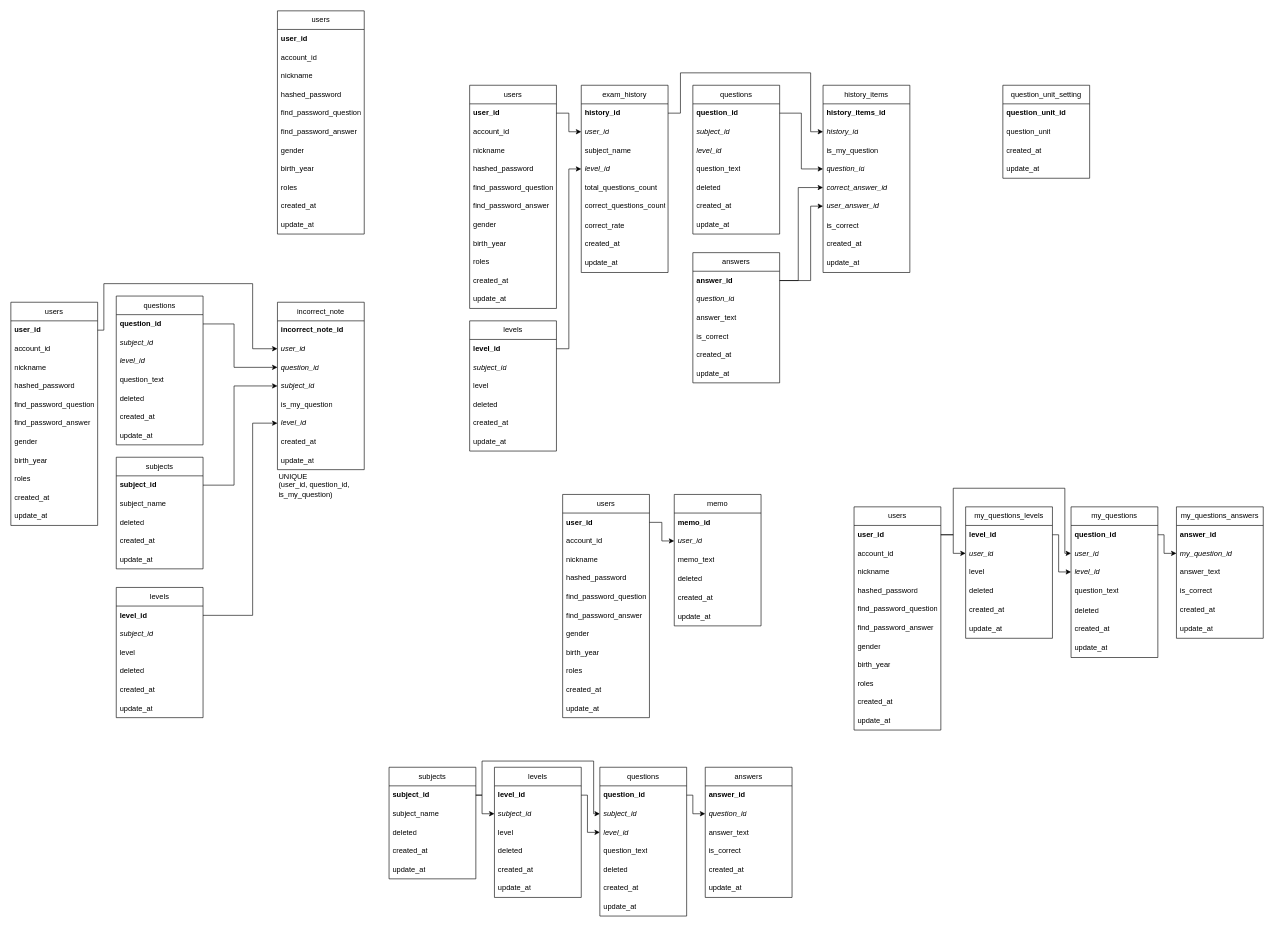
EJH506/backend-mock-exam keeps this draw.io diagram as 기획/데이터베이스 설계/백엔드 모의고사 데이터 베이스의 복사본.drawio. Above is the earlier version. Source tidied: cells renumbered, new cells numbered last; positions are measured from the earlier drawing's top-left corner, leaving out a move shared by most shapes. Both pictures are drawn from the tidied source at 62%, with x=0, y=0 at pixel (11, 11).
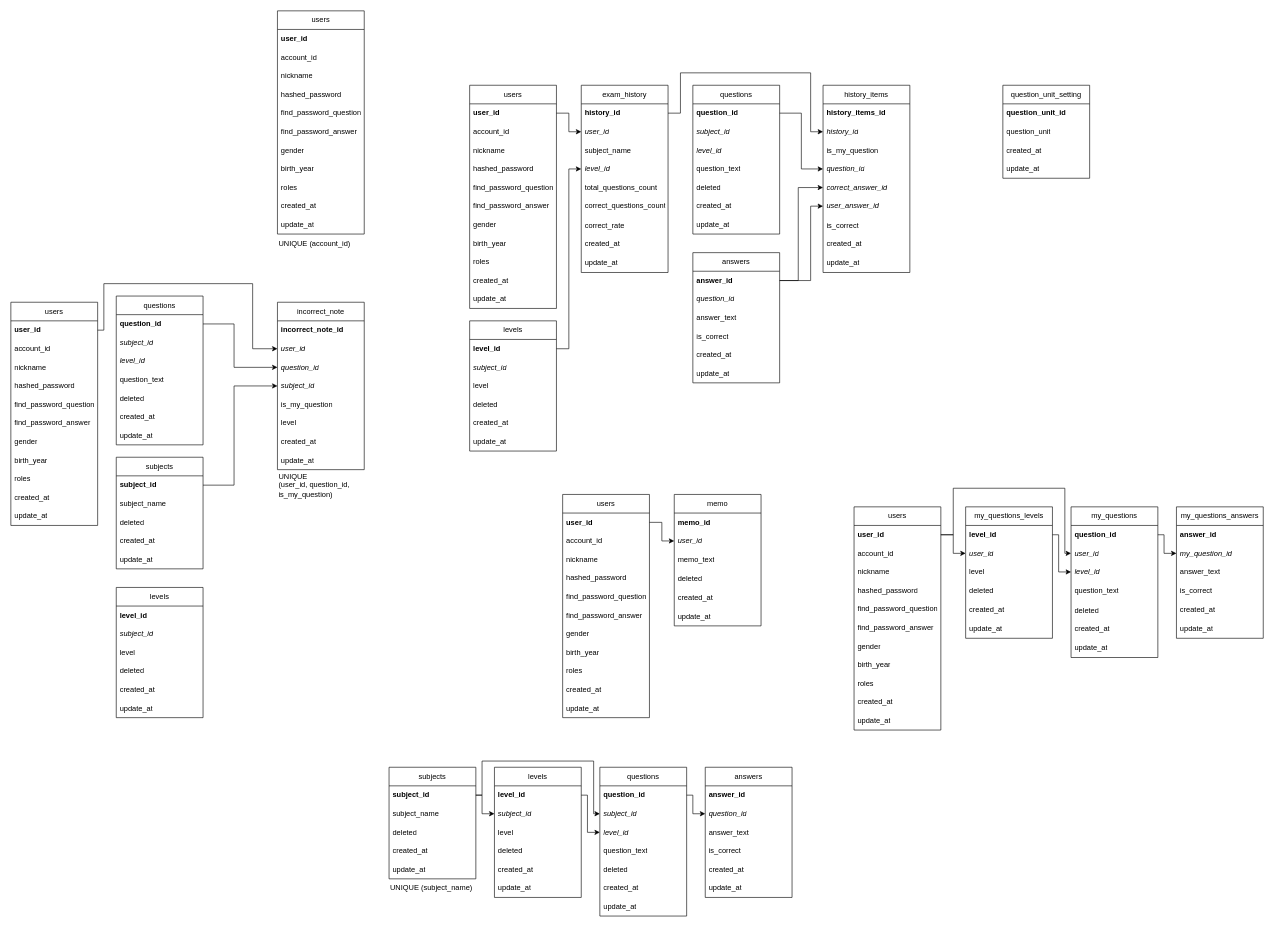
The same diagram, later.

Unchanged cells that the change refers to:
```xml
<mxCell id="21" value="&lt;b&gt;level_id&lt;/b&gt;" style="text;strokeColor=none;fillColor=none;align=left;verticalAlign=middle;spacingLeft=4;spacingRight=4;overflow=hidden;points=[[0,0.5],[1,0.5]];portConstraint=eastwest;whiteSpace=wrap;html=1;" parent="20" vertex="1">
  <mxGeometry y="30" width="140" height="30" as="geometry" />
</mxCell>
<mxCell id="27" value="incorrect_note" style="swimlane;fontStyle=0;horizontal=1;startSize=30;whiteSpace=wrap;html=1;" parent="1" vertex="1">
  <mxGeometry x="430" y="470" width="140" height="270" as="geometry" />
</mxCell>
```

Diff of the diagram source:
```diff
@@
-    <mxCell id="33" value="&lt;i&gt;level_id&lt;/i&gt;" style="text;strokeColor=none;fillColor=none;align=left;verticalAlign=middle;spacingLeft=4;spacingRight=4;overflow=hidden;points=[[0,0.5],[1,0.5]];portConstraint=eastwest;whiteSpace=wrap;html=1;" parent="27" vertex="1">
+    <mxCell id="33" value="level" style="text;strokeColor=none;fillColor=none;align=left;verticalAlign=middle;spacingLeft=4;spacingRight=4;overflow=hidden;points=[[0,0.5],[1,0.5]];portConstraint=eastwest;whiteSpace=wrap;html=1;" parent="27" vertex="1">
       <mxGeometry y="180" width="140" height="30" as="geometry" />
     </mxCell>
@@
-    <mxCell id="93" style="edgeStyle=orthogonalEdgeStyle;rounded=0;jettySize=auto;html=1;exitX=1;exitY=0.5;exitDx=0;exitDy=0;entryX=0;entryY=0.5;entryDx=0;entryDy=0;" parent="1" edge="1" source="21" target="33">
-      <mxGeometry relative="1" as="geometry">
-        <Array as="points">
-          <mxPoint x="390" y="975" />
-          <mxPoint x="390" y="665" />
-        </Array>
-      </mxGeometry>
-    </mxCell>
@@
+    <mxCell id="216" value="UNIQUE&amp;nbsp;&lt;span style=&quot;background-color: transparent; color: light-dark(rgb(0, 0, 0), rgb(255, 255, 255));&quot;&gt;(subject_name)&lt;/span&gt;" style="text;html=1;align=left;verticalAlign=middle;whiteSpace=wrap;rounded=0;" parent="1" vertex="1">
+      <mxGeometry x="610" y="1400" width="140" height="30" as="geometry" />
+    </mxCell>
+    <mxCell id="217" value="UNIQUE&amp;nbsp;&lt;span style=&quot;background-color: transparent; color: light-dark(rgb(0, 0, 0), rgb(255, 255, 255));&quot;&gt;(account_id)&lt;/span&gt;" style="text;html=1;align=left;verticalAlign=middle;whiteSpace=wrap;rounded=0;" parent="1" vertex="1">
+      <mxGeometry x="430" y="360" width="140" height="30" as="geometry" />
+    </mxCell>
```
